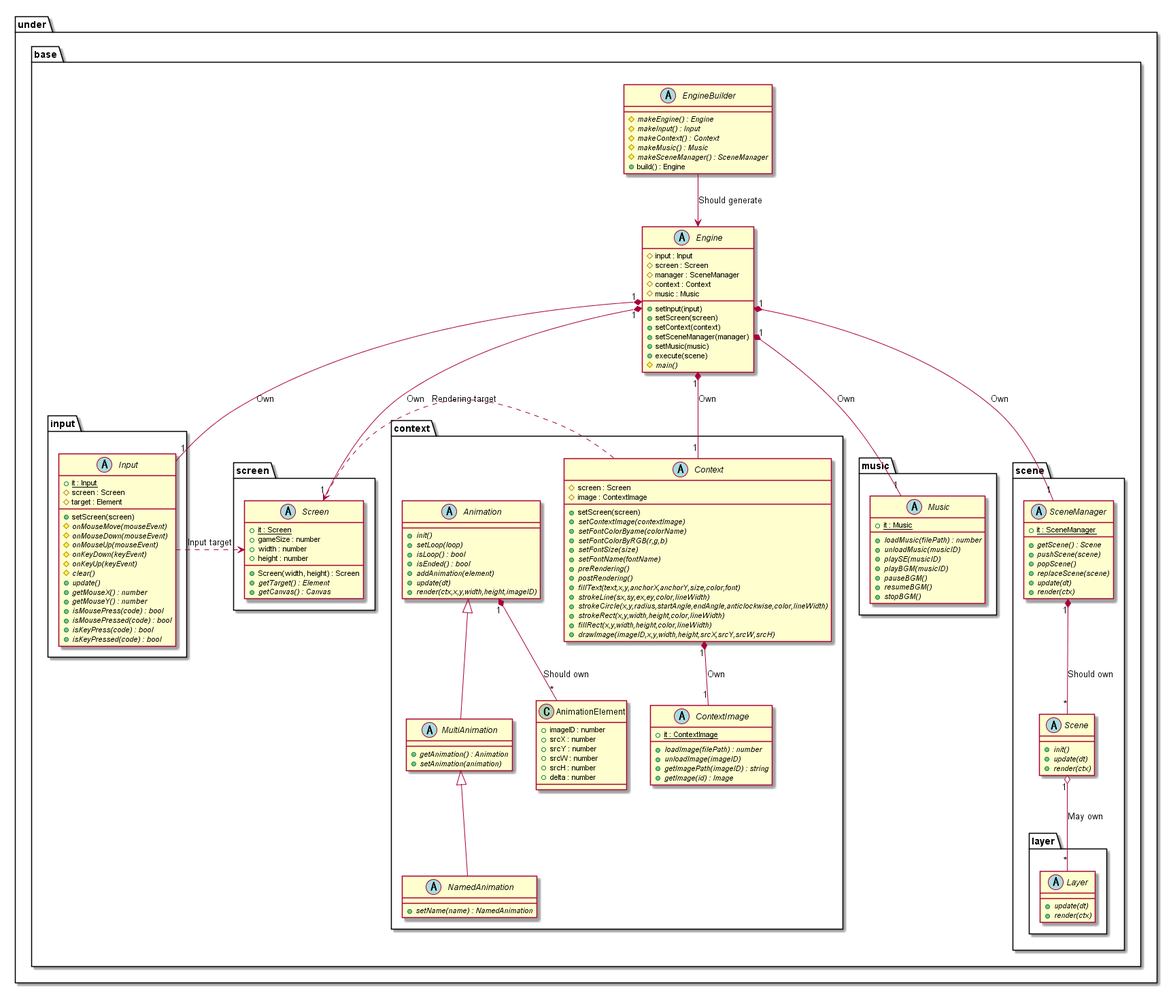
Above: out/uml/gamebase/Base/GameBaseBase.png in Expine/Under (PlantUML), before the change.
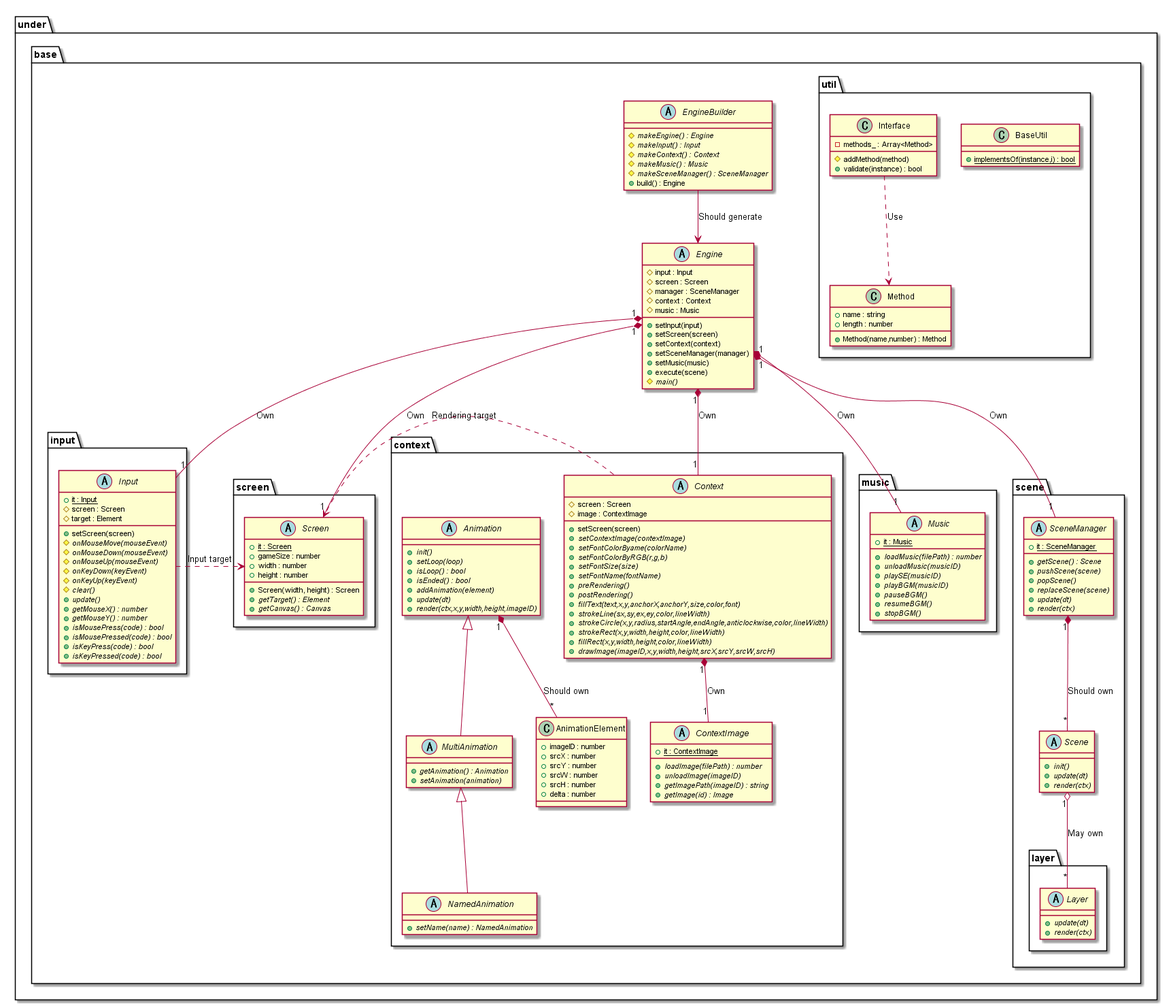
The same diagram one commit later.

Change to the diagram source:
```diff
@@ -148,6 +148,22 @@
                 }
             }
         }
+
+        package util {
+            class BaseUtil {
+                {static} +implementsOf(instance,i) : bool
+            }
+            class Interface {
+                -methods_ : Array<Method>
+                #addMethod(method)
+                +validate(instance) : bool
+            }
+            class Method {
+                +Method(name,number) : Method
+                +name : string
+                +length : number
+            }
+        }
     }
 }
 
@@ -170,4 +186,6 @@
 Animation <|-- MultiAnimation
 MultiAnimation <|-- NamedAnimation
 
+Interface ..> Method : Use
+
 @enduml
```
